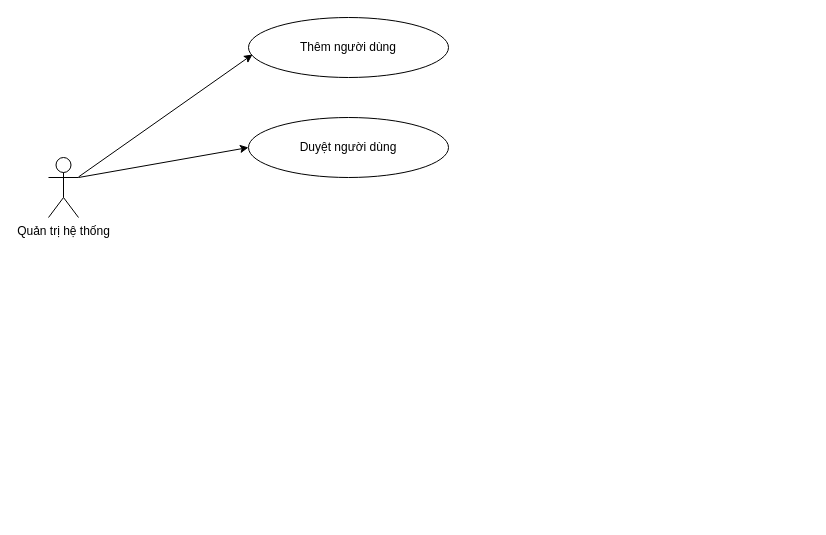
This is page "2. Quản lý khách hàng" (2 of 3) of securities.drawio from luyenhaidangit/business, a draw.io file, before an edit. Source tidied: cells renumbered, new cells numbered last; positions are measured from the earlier drawing's top-left corner, leaving out a move shared by most shapes. Both pictures are drawn from the tidied source at 100%, with x=0, y=0 at pixel (48, 17).
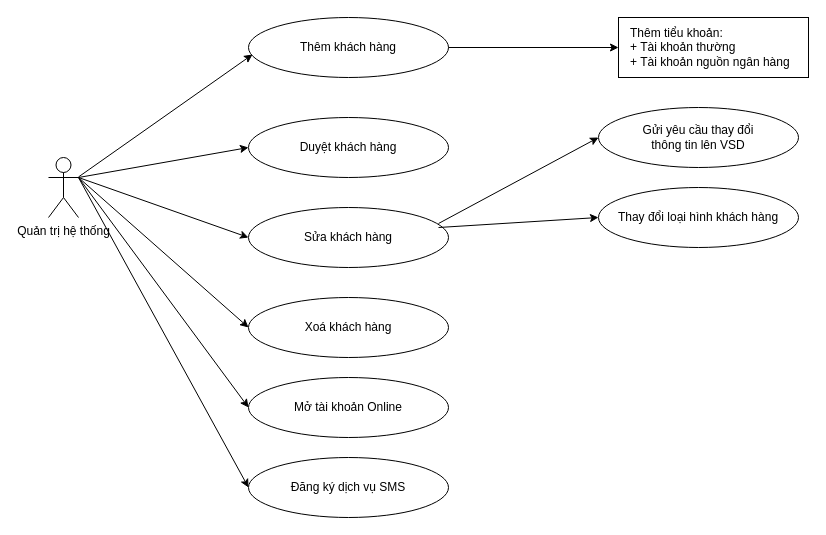
The same diagram, later.

The change refers to these unchanged cells:
```xml
<mxCell id="2" value="Quản trị hệ thống" style="shape=umlActor;verticalLabelPosition=bottom;verticalAlign=top;html=1;outlineConnect=0;" parent="1" vertex="1">
  <mxGeometry y="140" width="30" height="60" as="geometry" />
</mxCell>
```

What changed in the source:
```diff
@@
-    <mxCell id="3" value="Thêm người dùng" style="ellipse;whiteSpace=wrap;html=1;" parent="1" vertex="1">
+    <mxCell id="3" value="Thêm khách hàng" style="ellipse;whiteSpace=wrap;html=1;" parent="1" vertex="1">
       <mxGeometry x="200" width="200" height="60" as="geometry" />
     </mxCell>
@@
-    <mxCell id="5" value="Duyệt người dùng" style="ellipse;whiteSpace=wrap;html=1;" parent="1" vertex="1">
+    <mxCell id="5" value="Duyệt khách hàng" style="ellipse;whiteSpace=wrap;html=1;" parent="1" vertex="1">
       <mxGeometry x="200" y="100" width="200" height="60" as="geometry" />
     </mxCell>
@@
+    <mxCell id="7" value="Sửa khách hàng" style="ellipse;whiteSpace=wrap;html=1;" parent="1" vertex="1">
+      <mxGeometry x="200" y="190" width="200" height="60" as="geometry" />
+    </mxCell>
+    <mxCell id="8" value="Xoá khách hàng" style="ellipse;whiteSpace=wrap;html=1;" parent="1" vertex="1">
+      <mxGeometry x="200" y="280" width="200" height="60" as="geometry" />
+    </mxCell>
+    <mxCell id="9" style="endArrow=classic;html=1;rounded=0;entryX=0;entryY=0.5;entryDx=0;entryDy=0;exitX=1;exitY=0.3333333333333333;exitDx=0;exitDy=0;exitPerimeter=0;" parent="1" edge="1" source="2" target="7">
+      <mxGeometry relative="1" as="geometry" />
+    </mxCell>
+    <mxCell id="10" style="endArrow=classic;html=1;rounded=0;entryX=0;entryY=0.5;entryDx=0;entryDy=0;exitX=1;exitY=0.3333333333333333;exitDx=0;exitDy=0;exitPerimeter=0;" parent="1" edge="1" source="2" target="8">
+      <mxGeometry relative="1" as="geometry" />
+    </mxCell>
+    <mxCell id="11" value="Thêm tiểu khoản:&lt;br&gt;+ Tài khoản thường&lt;div&gt;+ Tài khoản nguồn ngân hàng&lt;/div&gt;" style="rounded=0;whiteSpace=wrap;html=1;align=left;spacingLeft=10;spacingRight=10;" parent="1" vertex="1">
+      <mxGeometry x="570" width="190" height="60" as="geometry" />
+    </mxCell>
+    <mxCell id="12" style="endArrow=classic;html=1;rounded=0;entryX=0;entryY=0.5;entryDx=0;entryDy=0;exitX=1;exitY=0.5;exitDx=0;exitDy=0;" parent="1" edge="1" source="3" target="11">
+      <mxGeometry relative="1" as="geometry" />
+    </mxCell>
+    <mxCell id="13" value="&lt;div&gt;Gửi yêu cầu thay đổi&lt;/div&gt;&lt;div&gt;thông tin lên VSD&lt;/div&gt;" style="ellipse;whiteSpace=wrap;html=1;" parent="1" vertex="1">
+      <mxGeometry x="550" y="90" width="200" height="60" as="geometry" />
+    </mxCell>
+    <mxCell id="14" value="Thay đổi loại hình khách hàng" style="ellipse;whiteSpace=wrap;html=1;" parent="1" vertex="1">
+      <mxGeometry x="550" y="170" width="200" height="60" as="geometry" />
+    </mxCell>
+    <mxCell id="15" style="endArrow=classic;html=1;rounded=0;entryX=0;entryY=0.5;entryDx=0;entryDy=0;" parent="1" edge="1" target="13">
+      <mxGeometry relative="1" as="geometry">
+        <mxPoint x="390" y="206" as="sourcePoint" />
+      </mxGeometry>
+    </mxCell>
+    <mxCell id="16" style="endArrow=classic;html=1;rounded=0;entryX=0;entryY=0.5;entryDx=0;entryDy=0;" parent="1" edge="1" target="14">
+      <mxGeometry relative="1" as="geometry">
+        <mxPoint x="390" y="210" as="sourcePoint" />
+      </mxGeometry>
+    </mxCell>
+    <mxCell id="17" value="Mở tài khoản Online" style="ellipse;whiteSpace=wrap;html=1;" parent="1" vertex="1">
+      <mxGeometry x="200" y="360" width="200" height="60" as="geometry" />
+    </mxCell>
+    <mxCell id="18" style="endArrow=classic;html=1;rounded=0;entryX=0;entryY=0.5;entryDx=0;entryDy=0;exitX=1;exitY=0.3333333333333333;exitDx=0;exitDy=0;exitPerimeter=0;" parent="1" edge="1" source="2" target="17">
+      <mxGeometry relative="1" as="geometry" />
+    </mxCell>
+    <mxCell id="19" value="Đăng ký dịch vụ SMS" style="ellipse;whiteSpace=wrap;html=1;" parent="1" vertex="1">
+      <mxGeometry x="200" y="440" width="200" height="60" as="geometry" />
+    </mxCell>
+    <mxCell id="20" style="endArrow=classic;html=1;rounded=0;entryX=0;entryY=0.5;entryDx=0;entryDy=0;exitX=1;exitY=0.3333333333333333;exitDx=0;exitDy=0;exitPerimeter=0;" parent="1" edge="1" source="2" target="19">
+      <mxGeometry relative="1" as="geometry" />
+    </mxCell>
```
